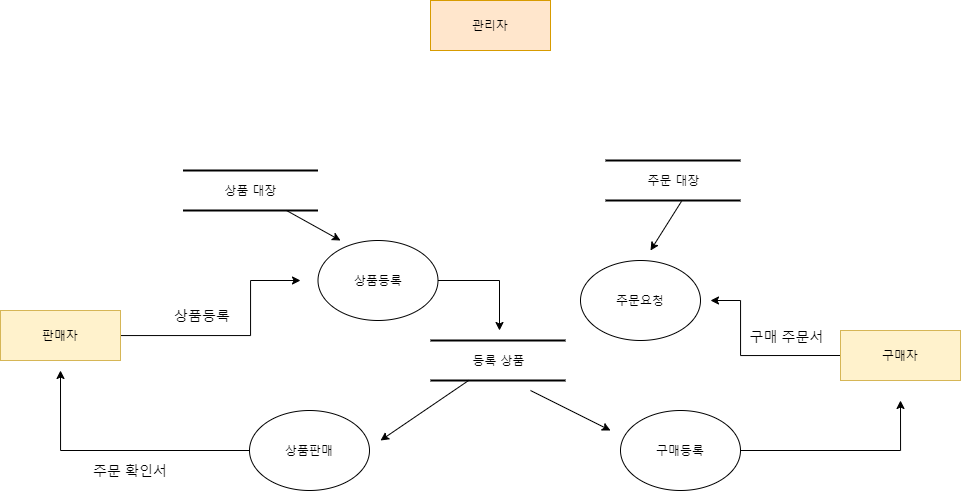
This is Untitled Diagram.png from osiris0607/Project, a draw.io export, as it was before one commit. Source tidied: cells renumbered, new cells last; positions are measured from the earlier drawing's top-left corner, leaving out a move shared by most shapes.
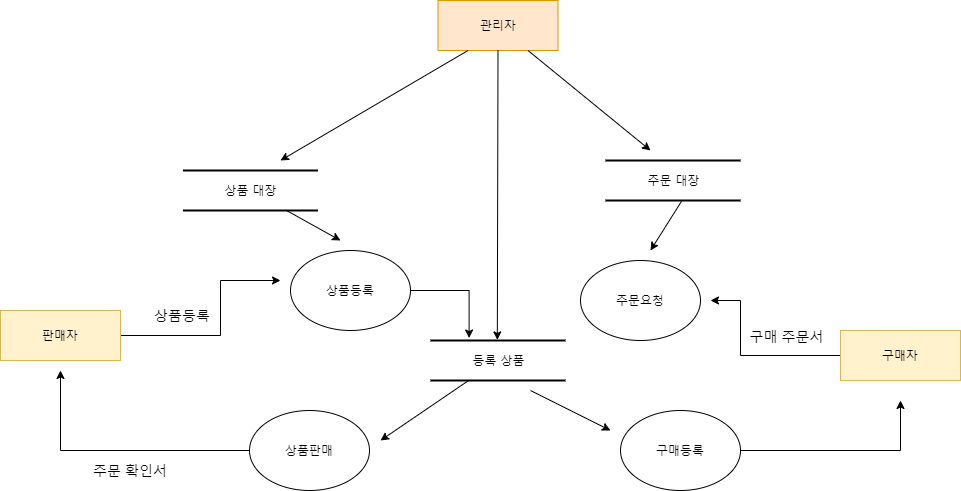
Later version of the same file.

Diff of the diagram source:
```diff
@@ -19,10 +19,10 @@
     </mxCell>
     <mxCell id="5" style="edgeStyle=orthogonalEdgeStyle;rounded=0;jettySize=auto;html=1;" parent="1" edge="1" source="6">
       <mxGeometry relative="1" as="geometry">
-        <mxPoint x="300" y="280" as="targetPoint" />
+        <mxPoint x="280" y="280" as="targetPoint" />
         <Array as="points">
-          <mxPoint x="250" y="335" />
-          <mxPoint x="250" y="280" />
+          <mxPoint x="220" y="335" />
+          <mxPoint x="220" y="280" />
         </Array>
       </mxGeometry>
     </mxCell>
@@ -30,15 +30,13 @@
       <mxGeometry y="310" width="120" height="50" as="geometry" />
     </mxCell>
     <mxCell id="7" value="관리자" style="whiteSpace=wrap;html=1;rounded=0;shadow=0;comic=0;labelBackgroundColor=none;strokeWidth=1;fontFamily=Verdana;fontSize=12;align=center;fillColor=#ffe6cc;strokeColor=#d79b00;" parent="1" vertex="1">
-      <mxGeometry x="430" width="120" height="50" as="geometry" />
+      <mxGeometry x="437.5" width="120" height="50" as="geometry" />
     </mxCell>
-    <mxCell id="8" style="edgeStyle=orthogonalEdgeStyle;rounded=0;jettySize=auto;html=1;exitX=1;exitY=0.5;exitDx=0;exitDy=0;" parent="1" edge="1" source="9">
-      <mxGeometry relative="1" as="geometry">
-        <mxPoint x="499" y="330" as="targetPoint" />
-      </mxGeometry>
+    <mxCell id="8" style="edgeStyle=orthogonalEdgeStyle;rounded=0;jettySize=auto;html=1;exitX=1;exitY=0.5;exitDx=0;exitDy=0;entryX=0.286;entryY=-0.062;entryDx=0;entryDy=0;entryPerimeter=0;" parent="1" edge="1" source="9" target="4">
+      <mxGeometry relative="1" as="geometry" />
     </mxCell>
     <mxCell id="9" value="상품등록" style="ellipse;whiteSpace=wrap;html=1;" parent="1" vertex="1">
-      <mxGeometry x="317.5" y="240" width="120" height="80" as="geometry" />
+      <mxGeometry x="290" y="250" width="120" height="80" as="geometry" />
     </mxCell>
     <mxCell id="10" value="상품 대장" style="html=1;rounded=0;shadow=0;comic=0;labelBackgroundColor=none;strokeWidth=2;fontFamily=Verdana;fontSize=12;align=center;shape=mxgraph.ios7ui.horLines;" parent="1" vertex="1">
       <mxGeometry x="182.5" y="170" width="135" height="40" as="geometry" />
@@ -87,7 +85,7 @@
       </mxGeometry>
     </mxCell>
     <mxCell id="21" value="&lt;font style=&quot;font-size: 14px&quot;&gt;상품등록&lt;/font&gt;" style="text;html=1;strokeColor=none;fillColor=none;align=center;verticalAlign=middle;whiteSpace=wrap;rounded=0;" parent="1" vertex="1">
-      <mxGeometry x="167" y="305" width="70" height="20" as="geometry" />
+      <mxGeometry x="147" y="305" width="70" height="20" as="geometry" />
     </mxCell>
     <mxCell id="22" value="&lt;font style=&quot;font-size: 14px&quot;&gt;주문 확인서&lt;/font&gt;" style="text;html=1;strokeColor=none;fillColor=none;align=center;verticalAlign=middle;whiteSpace=wrap;rounded=0;" parent="1" vertex="1">
       <mxGeometry x="90" y="460" width="80" height="20" as="geometry" />
@@ -95,5 +93,18 @@
     <mxCell id="23" value="&lt;span style=&quot;font-size: 14px&quot;&gt;구매 주문서&lt;/span&gt;" style="text;html=1;strokeColor=none;fillColor=none;align=center;verticalAlign=middle;whiteSpace=wrap;rounded=0;" parent="1" vertex="1">
       <mxGeometry x="744" y="326" width="85" height="20" as="geometry" />
     </mxCell>
+    <mxCell id="24" style="endArrow=classic;html=1;exitX=0.25;exitY=1;exitDx=0;exitDy=0;" parent="1" edge="1" source="7">
+      <mxGeometry relative="1" as="geometry">
+        <mxPoint x="280" y="160" as="targetPoint" />
+      </mxGeometry>
+    </mxCell>
+    <mxCell id="25" style="endArrow=classic;html=1;exitX=0.75;exitY=1;exitDx=0;exitDy=0;" parent="1" edge="1" source="7">
+      <mxGeometry relative="1" as="geometry">
+        <mxPoint x="650" y="150" as="targetPoint" />
+      </mxGeometry>
+    </mxCell>
+    <mxCell id="26" style="endArrow=classic;html=1;exitX=0.5;exitY=1;exitDx=0;exitDy=0;entryX=0.495;entryY=-0.015;entryDx=0;entryDy=0;entryPerimeter=0;" parent="1" edge="1" source="7" target="4">
+      <mxGeometry relative="1" as="geometry" />
+    </mxCell>
   </root>
 </mxGraphModel>
```
